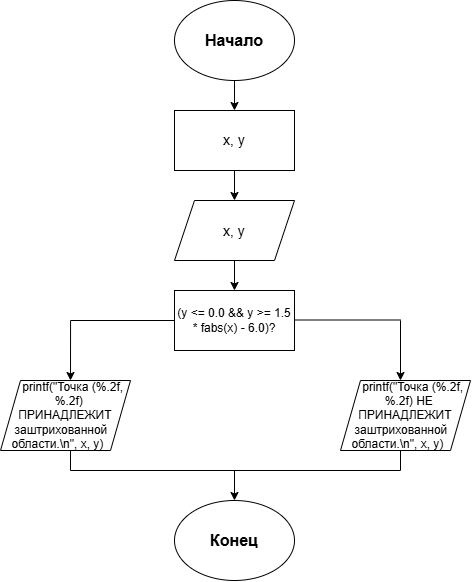
This is lab6.drawio.png from 1izax/lab6.2, a draw.io export, as it was before one commit. Source tidied: cells renumbered, new cells last; positions are measured from the earlier drawing's top-left corner, leaving out a move shared by most shapes.
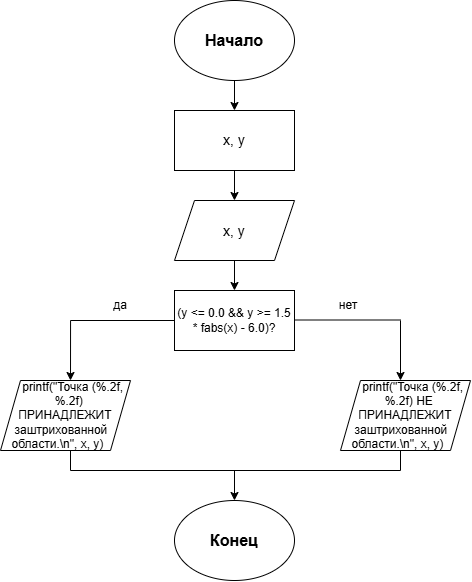
Above is the later version.

What changed in the source:
```diff
@@ -80,5 +80,11 @@
         <mxPoint x="234" y="500" as="targetPoint" />
       </mxGeometry>
     </mxCell>
+    <mxCell id="20" value="да" style="text;html=1;whiteSpace=wrap;strokeColor=none;fillColor=none;align=center;verticalAlign=middle;rounded=0;" parent="1" vertex="1">
+      <mxGeometry x="90" y="290" width="60" height="30" as="geometry" />
+    </mxCell>
+    <mxCell id="21" value="нет" style="text;html=1;whiteSpace=wrap;strokeColor=none;fillColor=none;align=center;verticalAlign=middle;rounded=0;" parent="1" vertex="1">
+      <mxGeometry x="318" y="290" width="60" height="30" as="geometry" />
+    </mxCell>
   </root>
 </mxGraphModel>
```
